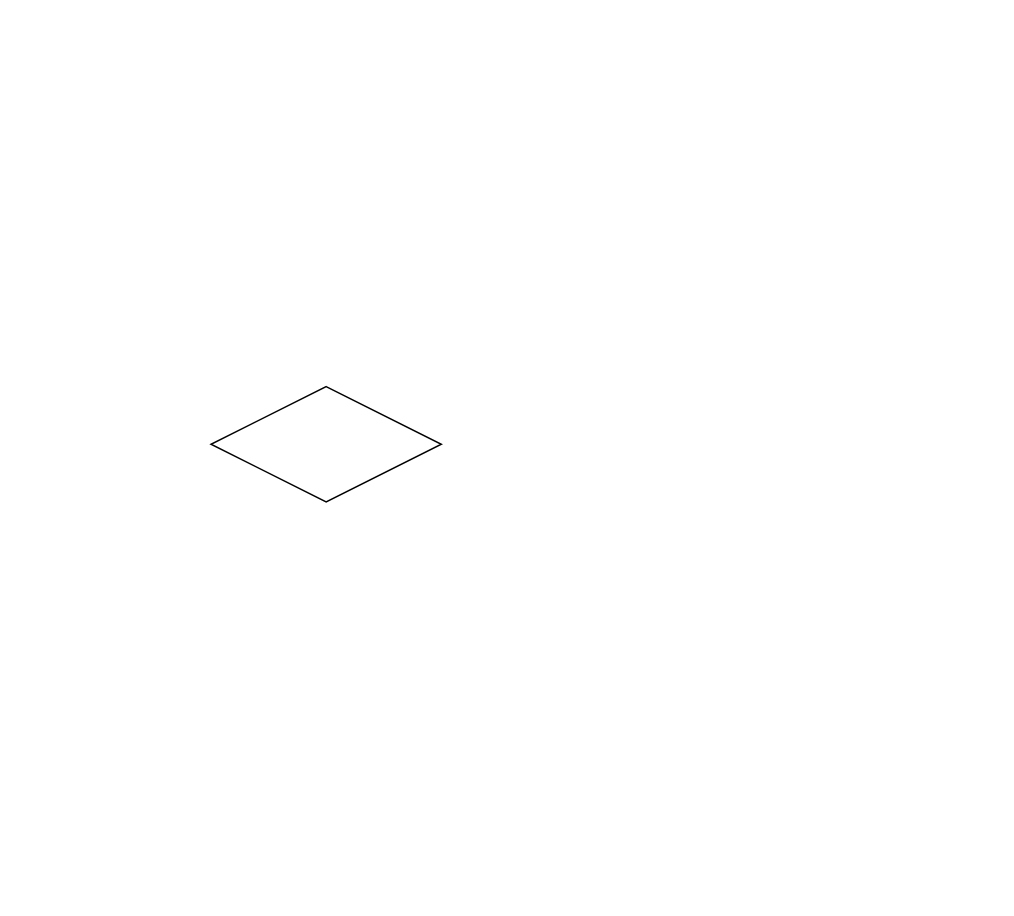
Above: DRS-mysql-RDS/MCP_LLM.drawio in iniunet/huaweiCloud (draw.io), before the change. Source tidied: cells renumbered, new cells numbered last; positions are measured from the earlier drawing's top-left corner, leaving out a move shared by most shapes. Both pictures are drawn from the tidied source at 144%, with x=0, y=0 at pixel (210, 386).
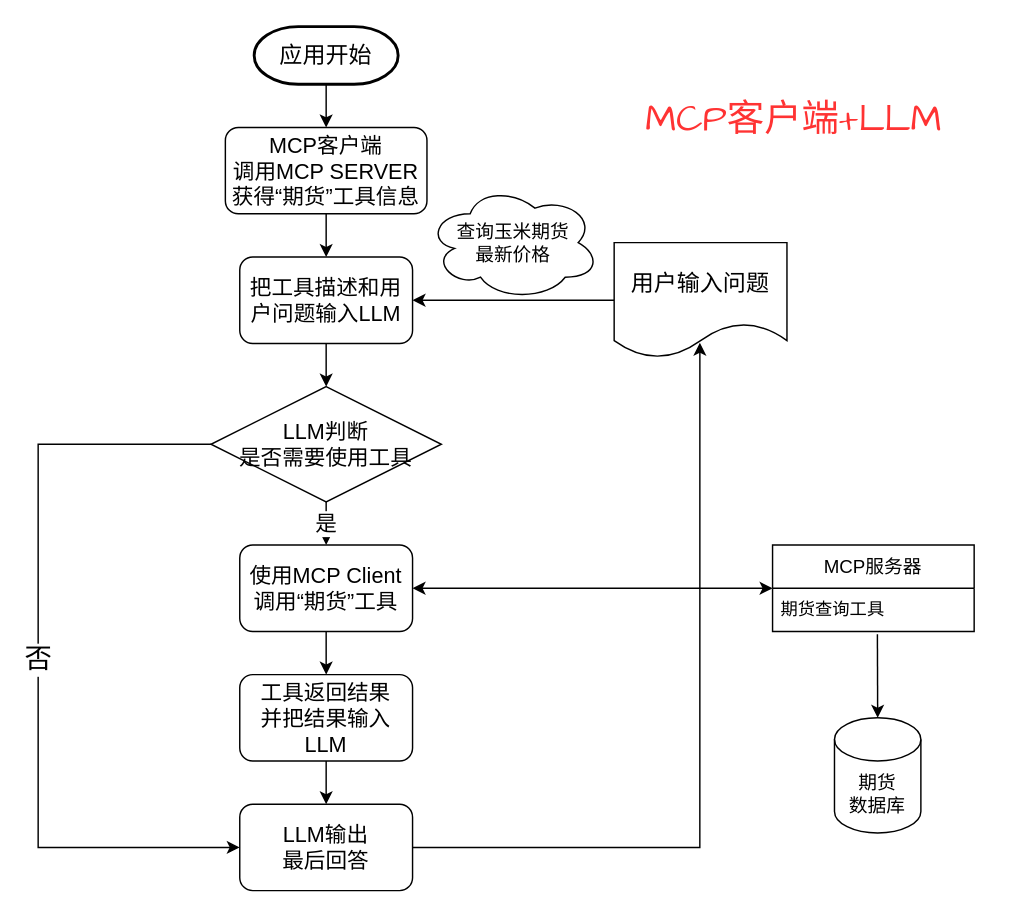
The same page after the edit.

The edit, as a diff of the source:
```diff
@@
+    <mxCell id="3" value="&lt;font style=&quot;font-size: 15px;&quot;&gt;是&lt;/font&gt;" style="edgeStyle=orthogonalEdgeStyle;rounded=0;jettySize=auto;html=1;entryX=0.5;entryY=0;entryDx=0;entryDy=0;" parent="1" edge="1" source="2" target="6">
+      <mxGeometry relative="1" as="geometry" />
+    </mxCell>
+    <mxCell id="4" value="&lt;font style=&quot;font-size: 19px;&quot;&gt;否&lt;/font&gt;" style="edgeStyle=orthogonalEdgeStyle;rounded=0;jettySize=auto;html=1;entryX=0;entryY=0.5;entryDx=0;entryDy=0;" parent="1" edge="1" source="2" target="11">
+      <mxGeometry relative="1" as="geometry">
+        <Array as="points">
+          <mxPoint x="-120" y="40" />
+          <mxPoint x="-120" y="320" />
+        </Array>
+      </mxGeometry>
+    </mxCell>
-    <mxCell id="2" style="rhombus;whiteSpace=wrap;html=1;" parent="1" vertex="1">
+    <mxCell id="2" value="&lt;font style=&quot;font-size: 15px;&quot;&gt;LLM判断&lt;/font&gt;&lt;div&gt;&lt;font style=&quot;font-size: 15px;&quot;&gt;是否需要使用工具&lt;/font&gt;&lt;/div&gt;" style="rhombus;whiteSpace=wrap;html=1;" parent="1" vertex="1">
       <mxGeometry width="160" height="80" as="geometry" />
     </mxCell>
+    <mxCell id="5" style="edgeStyle=orthogonalEdgeStyle;rounded=0;jettySize=auto;html=1;entryX=0.5;entryY=0;entryDx=0;entryDy=0;" parent="1" edge="1" source="6" target="8">
+      <mxGeometry relative="1" as="geometry" />
+    </mxCell>
+    <mxCell id="6" value="&lt;font style=&quot;font-size: 15px;&quot;&gt;使用MCP Client&lt;/font&gt;&lt;div&gt;&lt;font style=&quot;font-size: 15px;&quot;&gt;调用“期货”工具&lt;/font&gt;&lt;/div&gt;" style="rounded=1;whiteSpace=wrap;html=1;" parent="1" vertex="1">
+      <mxGeometry x="20" y="110" width="120" height="60" as="geometry" />
+    </mxCell>
+    <mxCell id="7" style="edgeStyle=orthogonalEdgeStyle;rounded=0;jettySize=auto;html=1;entryX=0.5;entryY=0;entryDx=0;entryDy=0;" parent="1" edge="1" source="8" target="11">
+      <mxGeometry relative="1" as="geometry" />
+    </mxCell>
+    <mxCell id="8" value="&lt;span style=&quot;font-size: 15px;&quot;&gt;工具返回结果&lt;/span&gt;&lt;div&gt;&lt;span style=&quot;font-size: 15px;&quot;&gt;并把结果输入LLM&lt;/span&gt;&lt;/div&gt;" style="rounded=1;whiteSpace=wrap;html=1;" parent="1" vertex="1">
+      <mxGeometry x="20" y="200" width="120" height="60" as="geometry" />
+    </mxCell>
+    <mxCell id="9" style="edgeStyle=orthogonalEdgeStyle;rounded=0;jettySize=auto;html=1;entryX=0.5;entryY=0;entryDx=0;entryDy=0;" parent="1" edge="1" source="10" target="2">
+      <mxGeometry relative="1" as="geometry" />
+    </mxCell>
+    <mxCell id="10" value="&lt;span style=&quot;font-size: 15px;&quot;&gt;把工具描述和用户问题输入LLM&lt;/span&gt;" style="rounded=1;whiteSpace=wrap;html=1;" parent="1" vertex="1">
+      <mxGeometry x="20" y="-90" width="120" height="60" as="geometry" />
+    </mxCell>
+    <mxCell id="11" value="&lt;span style=&quot;font-size: 15px;&quot;&gt;LLM输出&lt;/span&gt;&lt;div&gt;&lt;span style=&quot;font-size: 15px;&quot;&gt;最后回答&lt;/span&gt;&lt;/div&gt;" style="rounded=1;whiteSpace=wrap;html=1;" parent="1" vertex="1">
+      <mxGeometry x="20" y="290" width="120" height="60" as="geometry" />
+    </mxCell>
+    <mxCell id="12" style="edgeStyle=orthogonalEdgeStyle;rounded=0;jettySize=auto;html=1;entryX=0.5;entryY=0;entryDx=0;entryDy=0;" parent="1" edge="1" source="13" target="10">
+      <mxGeometry relative="1" as="geometry" />
+    </mxCell>
+    <mxCell id="13" value="&lt;span style=&quot;font-size: 15px;&quot;&gt;MCP客户端&lt;/span&gt;&lt;div&gt;&lt;span style=&quot;font-size: 15px;&quot;&gt;调用MCP SERVER获得“期货”工具信息&lt;/span&gt;&lt;/div&gt;" style="rounded=1;whiteSpace=wrap;html=1;" parent="1" vertex="1">
+      <mxGeometry x="10" y="-180" width="140" height="60" as="geometry" />
+    </mxCell>
+    <mxCell id="14" style="edgeStyle=orthogonalEdgeStyle;rounded=0;jettySize=auto;html=1;entryX=1;entryY=0.5;entryDx=0;entryDy=0;" parent="1" edge="1" source="15" target="10">
+      <mxGeometry relative="1" as="geometry" />
+    </mxCell>
+    <mxCell id="15" value="&lt;font style=&quot;font-size: 16px;&quot;&gt;用户输入问题&lt;/font&gt;" style="shape=document;whiteSpace=wrap;html=1;boundedLbl=1;" parent="1" vertex="1">
+      <mxGeometry x="280" y="-100" width="120" height="80" as="geometry" />
+    </mxCell>
+    <mxCell id="16" style="edgeStyle=orthogonalEdgeStyle;rounded=0;jettySize=auto;html=1;entryX=0.496;entryY=0.868;entryDx=0;entryDy=0;entryPerimeter=0;" parent="1" edge="1" source="11" target="15">
+      <mxGeometry relative="1" as="geometry" />
+    </mxCell>
+    <mxCell id="17" style="edgeStyle=orthogonalEdgeStyle;rounded=0;jettySize=auto;html=1;entryX=0.5;entryY=0;entryDx=0;entryDy=0;" parent="1" edge="1" source="18" target="13">
+      <mxGeometry relative="1" as="geometry" />
+    </mxCell>
+    <mxCell id="18" value="&lt;font style=&quot;font-size: 16px;&quot;&gt;应用开始&lt;/font&gt;" style="strokeWidth=2;html=1;shape=mxgraph.flowchart.terminator;whiteSpace=wrap;" parent="1" vertex="1">
+      <mxGeometry x="30" y="-250" width="100" height="40" as="geometry" />
+    </mxCell>
+    <mxCell id="19" value="&lt;font style=&quot;font-size: 13px;&quot;&gt;查询玉米期货&lt;/font&gt;&lt;div&gt;&lt;font style=&quot;font-size: 13px;&quot;&gt;最新价格&lt;/font&gt;&lt;/div&gt;" style="ellipse;shape=cloud;whiteSpace=wrap;html=1;" parent="1" vertex="1">
+      <mxGeometry x="150" y="-140" width="120" height="80" as="geometry" />
+    </mxCell>
+    <mxCell id="20" value="&lt;font style=&quot;font-size: 13px;&quot;&gt;MCP服务器&lt;/font&gt;" style="swimlane;fontStyle=0;horizontal=1;startSize=30;whiteSpace=wrap;html=1;" parent="1" vertex="1">
+      <mxGeometry x="390" y="110" width="140" height="60" as="geometry" />
+    </mxCell>
+    <mxCell id="21" value="期货查询工具" style="text;strokeColor=none;fillColor=none;align=left;verticalAlign=middle;spacingLeft=4;spacingRight=4;overflow=hidden;points=[[0,0.5],[1,0.5]];portConstraint=eastwest;whiteSpace=wrap;html=1;" parent="20" vertex="1">
+      <mxGeometry y="30" width="140" height="30" as="geometry" />
+    </mxCell>
+    <mxCell id="22" style="endArrow=classic;startArrow=classic;html=1;rounded=0;exitX=1;exitY=0.5;exitDx=0;exitDy=0;entryX=0;entryY=0.5;entryDx=0;entryDy=0;" parent="1" edge="1" source="6" target="20">
+      <mxGeometry relative="1" as="geometry" />
+    </mxCell>
+    <mxCell id="23" value="&lt;font style=&quot;font-size: 13px;&quot;&gt;期货&lt;/font&gt;&lt;div&gt;&lt;font style=&quot;font-size: 13px;&quot;&gt;数据库&lt;/font&gt;&lt;/div&gt;" style="shape=cylinder3;whiteSpace=wrap;html=1;boundedLbl=1;backgroundOutline=1;size=15;" parent="1" vertex="1">
+      <mxGeometry x="433" y="230" width="60" height="80" as="geometry" />
+    </mxCell>
+    <mxCell id="24" style="endArrow=classic;html=1;rounded=0;exitX=0.52;exitY=1.067;exitDx=0;exitDy=0;exitPerimeter=0;entryX=0.5;entryY=0;entryDx=0;entryDy=0;entryPerimeter=0;" parent="1" edge="1" source="21" target="23">
+      <mxGeometry relative="1" as="geometry" />
+    </mxCell>
+    <mxCell id="25" value="MCP客户端+LLM" style="text;strokeColor=none;align=center;fillColor=none;html=1;verticalAlign=middle;whiteSpace=wrap;rounded=0;fontFamily=Comic Sans MS;fontSize=26;fontColor=#FF3333;" parent="1" vertex="1">
+      <mxGeometry x="270" y="-220" width="270" height="70" as="geometry" />
+    </mxCell>
```
